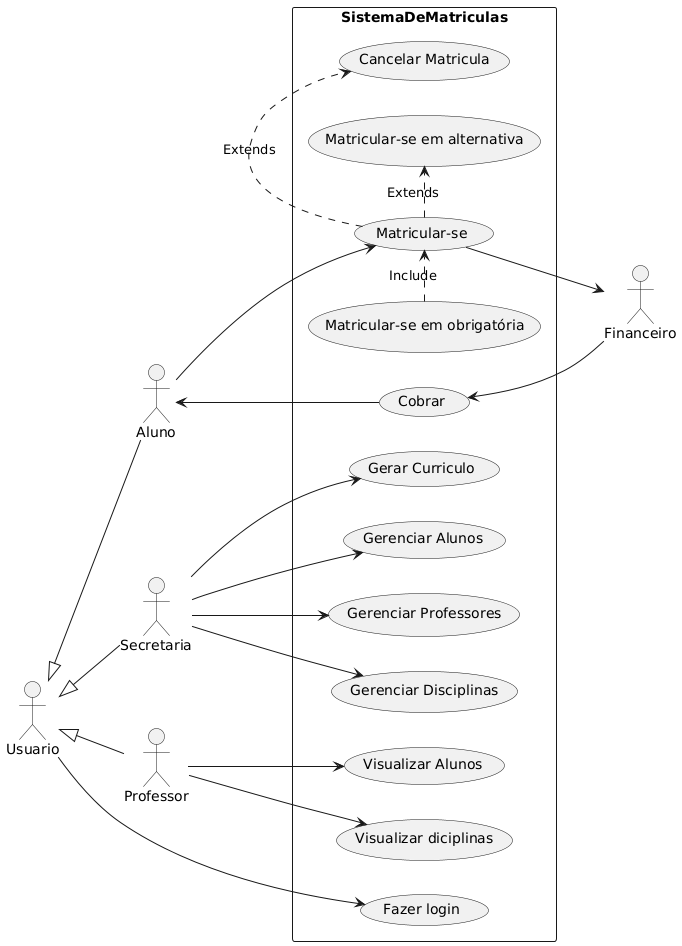
Above: lab1/project/img/usecase1.png in RenatoMAP77/LDS-Projetos-PRG (PlantUML), before the change.
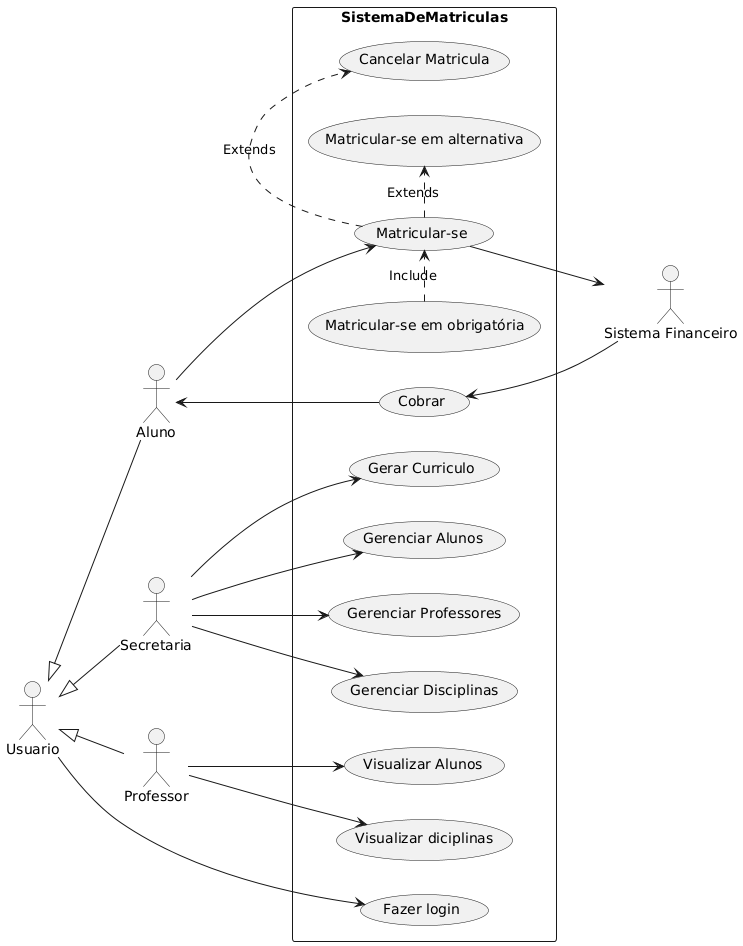
After the change.

Change to the diagram source:
```diff
@@ -5,7 +5,7 @@
 Actor "Aluno" as AL
 Actor "Secretaria" as SC
 Actor "Professor" as PR
-Actor "Financeiro" as FI
+Actor "Sistema Financeiro" as FI
 
 US <|-- AL
 US <|-- SC
```
